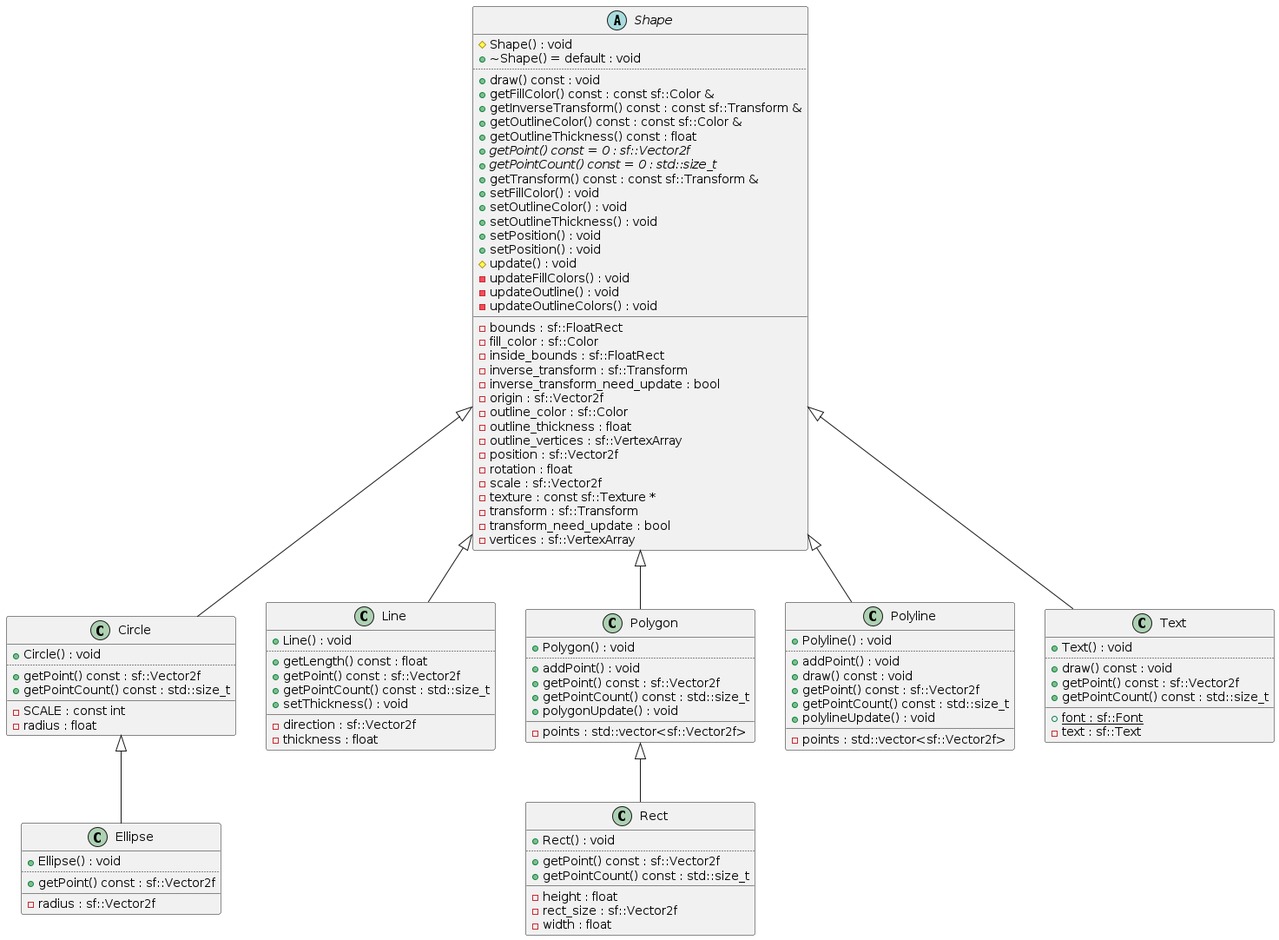
Before: docs/diagrams/Shape.png, a diagram exported from PlantUML (ntkwan/csc10003-svg-reader). Source of this version:
```plantuml
@startuml
abstract "Shape" as C_0001672291103657734280
abstract C_0001672291103657734280 {
#Shape() : void
+~Shape() = default : void
..
+draw() const : void
+getFillColor() const : const sf::Color &
+getInverseTransform() const : const sf::Transform &
+getOutlineColor() const : const sf::Color &
+getOutlineThickness() const : float
{abstract} +getPoint() const = 0 : sf::Vector2f
{abstract} +getPointCount() const = 0 : std::size_t
+getTransform() const : const sf::Transform &
+setFillColor() : void
+setOutlineColor() : void
+setOutlineThickness() : void
+setPosition() : void
+setPosition() : void
#update() : void
-updateFillColors() : void
-updateOutline() : void
-updateOutlineColors() : void
__
-bounds : sf::FloatRect
-fill_color : sf::Color
-inside_bounds : sf::FloatRect
-inverse_transform : sf::Transform
-inverse_transform_need_update : bool
-origin : sf::Vector2f
-outline_color : sf::Color
-outline_thickness : float
-outline_vertices : sf::VertexArray
-position : sf::Vector2f
-rotation : float
-scale : sf::Vector2f
-texture : const sf::Texture *
-transform : sf::Transform
-transform_need_update : bool
-vertices : sf::VertexArray
}
class "Circle" as C_0001034450863184659349
class C_0001034450863184659349 {
+Circle() : void
..
+getPoint() const : sf::Vector2f
+getPointCount() const : std::size_t
__
-SCALE : const int
-radius : float
}
class "Ellipse" as C_0000008382941311063885
class C_0000008382941311063885 {
+Ellipse() : void
..
+getPoint() const : sf::Vector2f
__
-radius : sf::Vector2f
}
class "Line" as C_0000446862122271229469
class C_0000446862122271229469 {
+Line() : void
..
+getLength() const : float
+getPoint() const : sf::Vector2f
+getPointCount() const : std::size_t
+setThickness() : void
__
-direction : sf::Vector2f
-thickness : float
}
class "Polygon" as C_0000359217836834441732
class C_0000359217836834441732 {
+Polygon() : void
..
+addPoint() : void
+getPoint() const : sf::Vector2f
+getPointCount() const : std::size_t
+polygonUpdate() : void
__
-points : std::vector<sf::Vector2f>
}
class "Polyline" as C_0001361390076764550325
class C_0001361390076764550325 {
+Polyline() : void
..
+addPoint() : void
+draw() const : void
+getPoint() const : sf::Vector2f
+getPointCount() const : std::size_t
+polylineUpdate() : void
__
-points : std::vector<sf::Vector2f>
}
class "Rect" as C_0001903790827945341156
class C_0001903790827945341156 {
+Rect() : void
..
+getPoint() const : sf::Vector2f
+getPointCount() const : std::size_t
__
-height : float
-rect_size : sf::Vector2f
-width : float
}
class "Text" as C_0001430338048021739765
class C_0001430338048021739765 {
+Text() : void
..
+draw() const : void
+getPoint() const : sf::Vector2f
+getPointCount() const : std::size_t
__
{static} +font : sf::Font
-text : sf::Text
}
C_0001672291103657734280 <|-- C_0001034450863184659349
C_0001034450863184659349 <|-- C_0000008382941311063885
C_0001672291103657734280 <|-- C_0000446862122271229469
C_0001672291103657734280 <|-- C_0000359217836834441732
C_0001672291103657734280 <|-- C_0001361390076764550325
C_0000359217836834441732 <|-- C_0001903790827945341156
C_0001672291103657734280 <|-- C_0001430338048021739765

@enduml
```
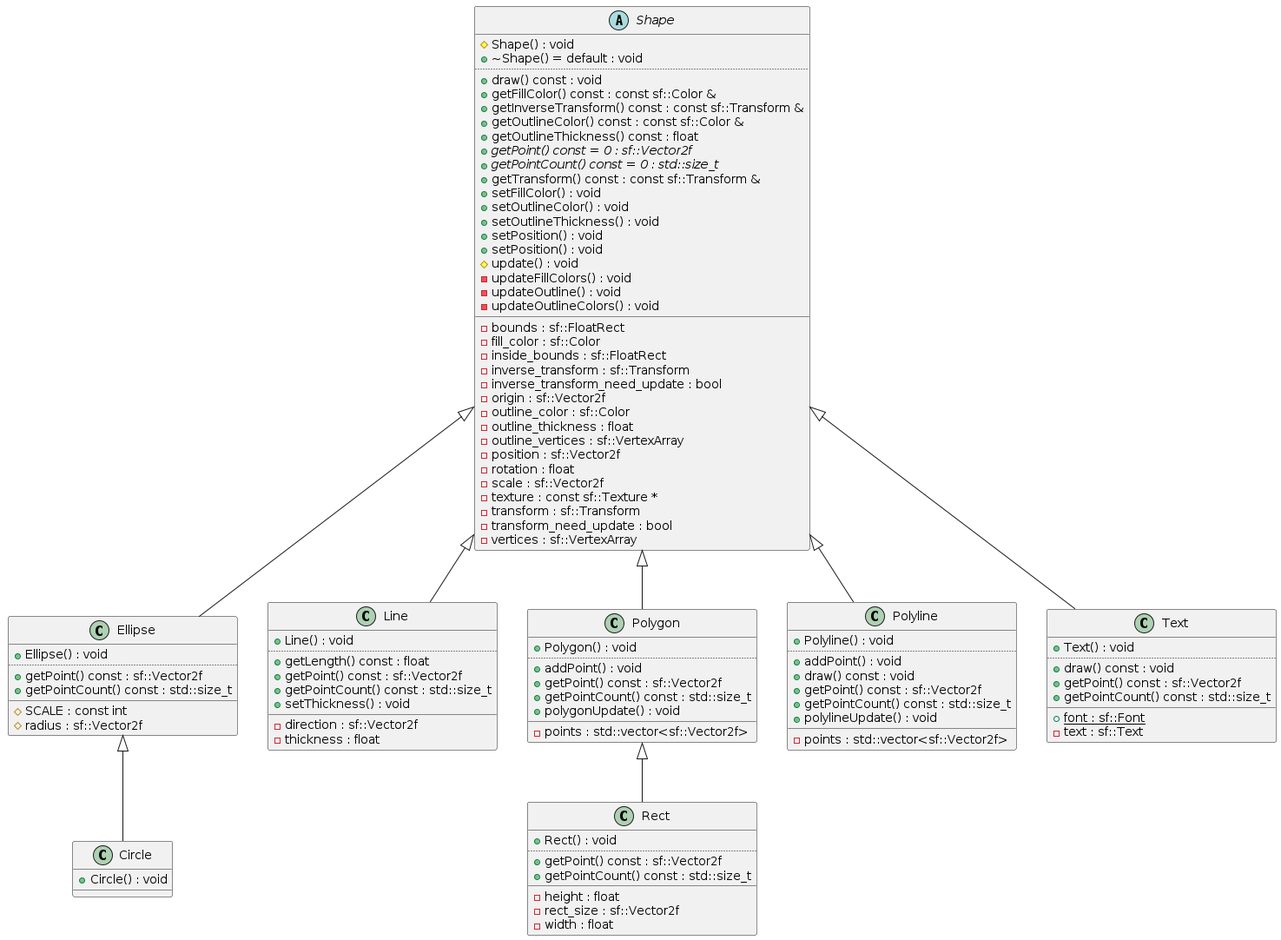
After the commit.

What changed in the source:
```diff
@@ -39,23 +39,20 @@
 -transform_need_update : bool
 -vertices : sf::VertexArray
 }
-class "Circle" as C_0001034450863184659349
-class C_0001034450863184659349 {
-+Circle() : void
-..
-+getPoint() const : sf::Vector2f
-+getPointCount() const : std::size_t
-__
--SCALE : const int
--radius : float
-}
 class "Ellipse" as C_0000008382941311063885
 class C_0000008382941311063885 {
 +Ellipse() : void
 ..
 +getPoint() const : sf::Vector2f
++getPointCount() const : std::size_t
 __
--radius : sf::Vector2f
+#SCALE : const int
+#radius : sf::Vector2f
+}
+class "Circle" as C_0001034450863184659349
+class C_0001034450863184659349 {
++Circle() : void
+__
 }
 class "Line" as C_0000446862122271229469
 class C_0000446862122271229469 {
@@ -114,8 +111,8 @@
 {static} +font : sf::Font
 -text : sf::Text
 }
-C_0001672291103657734280 <|-- C_0001034450863184659349
-C_0001034450863184659349 <|-- C_0000008382941311063885
+C_0001672291103657734280 <|-- C_0000008382941311063885
+C_0000008382941311063885 <|-- C_0001034450863184659349
 C_0001672291103657734280 <|-- C_0000446862122271229469
 C_0001672291103657734280 <|-- C_0000359217836834441732
 C_0001672291103657734280 <|-- C_0001361390076764550325
```
